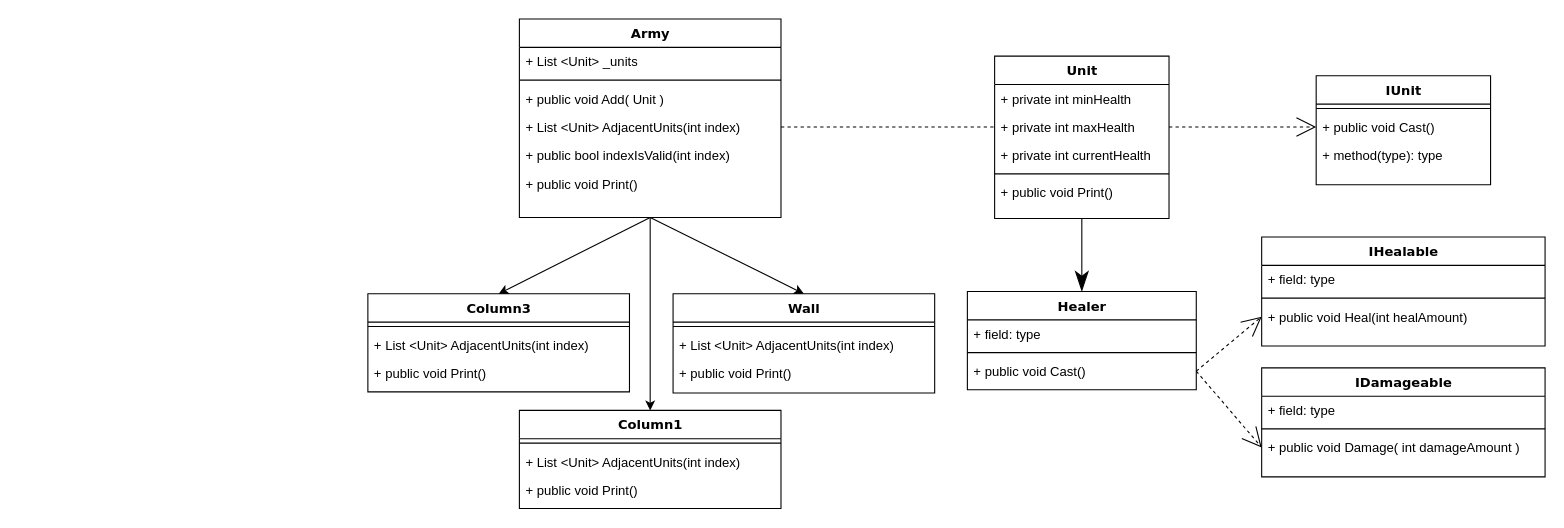
The draw.io diagram page "Структура" (1 of 2) of Untitled Diagram.drawio in alexmukh/AdjacentUnits, before the edit. Source tidied: cells renumbered, new cells numbered last; positions are measured from the earlier drawing's top-left corner, leaving out a move shared by most shapes. Both pictures are drawn from the tidied source at 109%, with x=0, y=0 at pixel (367, 19).
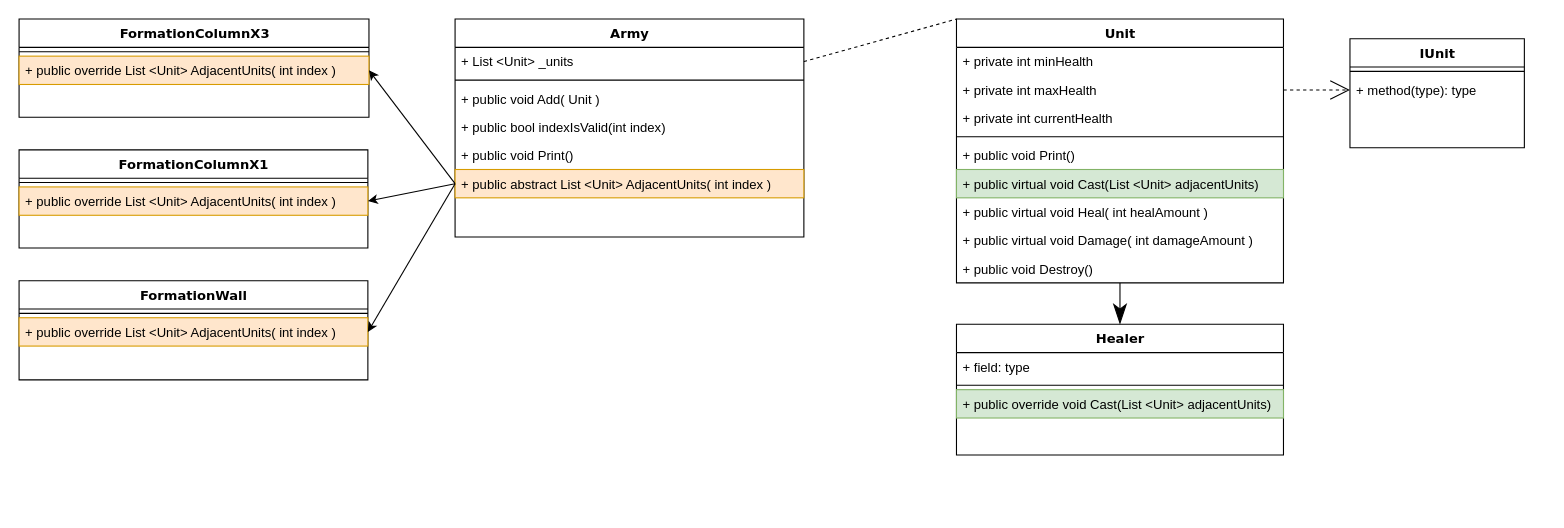
The same diagram, later.

The edit, as a diff of the source:
```diff
@@
     <mxCell id="3" value="Unit" style="swimlane;html=1;fontStyle=1;align=center;verticalAlign=top;horizontal=1;startSize=26;swimlaneFillColor=#ffffff;rounded=0;shadow=0;comic=0;labelBackgroundColor=none;strokeWidth=1;fillColor=none;fontFamily=Verdana;fontSize=12;" parent="1" vertex="1">
-      <mxGeometry x="575" y="34" width="160" height="149" as="geometry" />
+      <mxGeometry x="540" width="300" height="242" as="geometry" />
     </mxCell>
     <mxCell id="4" value="+ private int minHealth" style="text;html=1;strokeColor=none;fillColor=none;align=left;verticalAlign=top;spacingLeft=4;spacingRight=4;whiteSpace=wrap;overflow=hidden;" parent="3" vertex="1">
-      <mxGeometry y="26" width="160" height="26" as="geometry" />
+      <mxGeometry y="26" width="300" height="26" as="geometry" />
     </mxCell>
     <mxCell id="5" value="+ private int maxHealth" style="text;html=1;strokeColor=none;fillColor=none;align=left;verticalAlign=top;spacingLeft=4;spacingRight=4;whiteSpace=wrap;overflow=hidden;points=[[0,0.5],[1,0.5]];portConstraint=eastwest;" parent="3" vertex="1">
-      <mxGeometry y="52" width="160" height="26" as="geometry" />
+      <mxGeometry y="52" width="300" height="26" as="geometry" />
     </mxCell>
     <mxCell id="6" value="+ private int currentHealth" style="text;html=1;strokeColor=none;fillColor=none;align=left;verticalAlign=top;spacingLeft=4;spacingRight=4;whiteSpace=wrap;overflow=hidden;" parent="3" vertex="1">
-      <mxGeometry y="78" width="160" height="26" as="geometry" />
+      <mxGeometry y="78" width="300" height="26" as="geometry" />
     </mxCell>
     <mxCell id="7" style="line;html=1;strokeWidth=1;fillColor=none;align=left;verticalAlign=middle;spacingTop=-1;spacingLeft=3;spacingRight=3;labelPosition=right;" parent="3" vertex="1">
-      <mxGeometry y="104" width="160" height="8" as="geometry" />
+      <mxGeometry y="104" width="300" height="8" as="geometry" />
     </mxCell>
     <mxCell id="8" value="+ public void Print()" style="text;html=1;strokeColor=none;fillColor=none;align=left;verticalAlign=top;spacingLeft=4;spacingRight=4;whiteSpace=wrap;overflow=hidden;" parent="3" vertex="1">
-      <mxGeometry y="112" width="160" height="26" as="geometry" />
+      <mxGeometry y="112" width="300" height="26" as="geometry" />
     </mxCell>
-    <mxCell id="9" style="html=1;labelBackgroundColor=none;startFill=0;startSize=8;endArrow=open;endFill=0;endSize=16;fontFamily=Verdana;fontSize=12;elbow=vertical;dashed=1;exitX=1;exitY=0.5;exitDx=0;exitDy=0;entryX=0;entryY=0.5;entryDx=0;entryDy=0;" parent="1" edge="1" source="21" target="17">
-      <mxGeometry relative="1" as="geometry" />
-    </mxCell>
+    <mxCell id="51" value="+ public virtual void Cast(List &amp;lt;Unit&amp;gt; adjacentUnits)" style="text;html=1;strokeColor=#82b366;fillColor=#d5e8d4;align=left;verticalAlign=top;spacingLeft=4;spacingRight=4;whiteSpace=wrap;overflow=hidden;" parent="3" vertex="1">
+      <mxGeometry y="138" width="300" height="26" as="geometry" />
+    </mxCell>
+    <mxCell id="52" value="+ public virtual void Heal( int healAmount )" style="text;html=1;strokeColor=none;fillColor=none;align=left;verticalAlign=top;spacingLeft=4;spacingRight=4;whiteSpace=wrap;overflow=hidden;" parent="3" vertex="1">
+      <mxGeometry y="164" width="300" height="26" as="geometry" />
+    </mxCell>
+    <mxCell id="53" value="+ public virtual void Damage( int damageAmount )" style="text;html=1;strokeColor=none;fillColor=none;align=left;verticalAlign=top;spacingLeft=4;spacingRight=4;whiteSpace=wrap;overflow=hidden;" parent="3" vertex="1">
+      <mxGeometry y="190" width="300" height="26" as="geometry" />
+    </mxCell>
+    <mxCell id="54" value="+ public void Destroy()" style="text;html=1;strokeColor=none;fillColor=none;align=left;verticalAlign=top;spacingLeft=4;spacingRight=4;whiteSpace=wrap;overflow=hidden;" parent="3" vertex="1">
+      <mxGeometry y="216" width="300" height="26" as="geometry" />
+    </mxCell>
     <mxCell id="10" value="IUnit" style="swimlane;html=1;fontStyle=1;align=center;verticalAlign=top;horizontal=1;startSize=26;swimlaneFillColor=#ffffff;rounded=0;shadow=0;comic=0;labelBackgroundColor=none;strokeWidth=1;fillColor=none;fontFamily=Verdana;fontSize=12;" parent="1" vertex="1">
-      <mxGeometry x="870" y="52" width="160" height="100" as="geometry" />
+      <mxGeometry x="901" y="18" width="160" height="100" as="geometry" />
     </mxCell>
@@
-    <mxCell id="12" value="+ public void Cast()" style="text;html=1;strokeColor=none;fillColor=none;align=left;verticalAlign=top;spacingLeft=4;spacingRight=4;whiteSpace=wrap;overflow=hidden;points=[[0,0.5],[1,0.5]];portConstraint=eastwest;" parent="10" vertex="1">
-      <mxGeometry y="34" width="160" height="26" as="geometry" />
-    </mxCell>
     <mxCell id="13" value="+ method(type): type" style="text;html=1;strokeColor=none;fillColor=none;align=left;verticalAlign=top;spacingLeft=4;spacingRight=4;whiteSpace=wrap;overflow=hidden;" parent="10" vertex="1">
-      <mxGeometry y="60" width="160" height="26" as="geometry" />
+      <mxGeometry y="34" width="160" height="26" as="geometry" />
     </mxCell>
-    <mxCell id="14" value="IHealable" style="swimlane;html=1;fontStyle=1;align=center;verticalAlign=top;horizontal=1;startSize=26;swimlaneFillColor=#ffffff;rounded=0;shadow=0;comic=0;labelBackgroundColor=none;strokeWidth=1;fillColor=none;fontFamily=Verdana;fontSize=12;" parent="1" vertex="1">
-      <mxGeometry x="820" y="200" width="260" height="100" as="geometry" />
-    </mxCell>
-    <mxCell id="15" value="+ field: type" style="text;html=1;strokeColor=none;fillColor=none;align=left;verticalAlign=top;spacingLeft=4;spacingRight=4;whiteSpace=wrap;overflow=hidden;" parent="14" vertex="1">
-      <mxGeometry y="26" width="260" height="26" as="geometry" />
-    </mxCell>
-    <mxCell id="16" style="line;html=1;strokeWidth=1;fillColor=none;align=left;verticalAlign=middle;spacingTop=-1;spacingLeft=3;spacingRight=3;labelPosition=right;" parent="14" vertex="1">
-      <mxGeometry y="52" width="260" height="8" as="geometry" />
-    </mxCell>
-    <mxCell id="17" value="+ public void Heal(int healAmount)" style="text;html=1;strokeColor=none;fillColor=none;align=left;verticalAlign=top;spacingLeft=4;spacingRight=4;whiteSpace=wrap;overflow=hidden;points=[[0,0.5],[1,0.5]];portConstraint=eastwest;" parent="14" vertex="1">
-      <mxGeometry y="60" width="260" height="26" as="geometry" />
-    </mxCell>
     <mxCell id="18" value="Healer" style="swimlane;html=1;fontStyle=1;align=center;verticalAlign=top;horizontal=1;startSize=26;swimlaneFillColor=#ffffff;rounded=0;shadow=0;comic=0;labelBackgroundColor=none;strokeWidth=1;fillColor=none;fontFamily=Verdana;fontSize=12;" parent="1" vertex="1">
-      <mxGeometry x="550" y="250" width="210" height="90" as="geometry" />
+      <mxGeometry x="540" y="280" width="300" height="120" as="geometry" />
     </mxCell>
     <mxCell id="19" value="+ field: type" style="text;html=1;strokeColor=none;fillColor=none;align=left;verticalAlign=top;spacingLeft=4;spacingRight=4;whiteSpace=wrap;overflow=hidden;" parent="18" vertex="1">
-      <mxGeometry y="26" width="210" height="26" as="geometry" />
+      <mxGeometry y="26" width="300" height="26" as="geometry" />
     </mxCell>
     <mxCell id="20" style="line;html=1;strokeWidth=1;fillColor=none;align=left;verticalAlign=middle;spacingTop=-1;spacingLeft=3;spacingRight=3;labelPosition=right;" parent="18" vertex="1">
-      <mxGeometry y="52" width="210" height="8" as="geometry" />
+      <mxGeometry y="52" width="300" height="8" as="geometry" />
     </mxCell>
-    <mxCell id="21" value="+ public void Cast()" style="text;html=1;strokeColor=none;fillColor=none;align=left;verticalAlign=top;spacingLeft=4;spacingRight=4;whiteSpace=wrap;overflow=hidden;points=[[0,0.5],[1,0.5]];portConstraint=eastwest;" parent="18" vertex="1">
-      <mxGeometry y="60" width="210" height="26" as="geometry" />
+    <mxCell id="21" value="+ public override void Cast(List &amp;lt;Unit&amp;gt; adjacentUnits)" style="text;html=1;strokeColor=#82b366;fillColor=#d5e8d4;align=left;verticalAlign=top;spacingLeft=4;spacingRight=4;whiteSpace=wrap;overflow=hidden;points=[[0,0.5],[1,0.5]];portConstraint=eastwest;" parent="18" vertex="1">
+      <mxGeometry y="60" width="300" height="26" as="geometry" />
     </mxCell>
-    <mxCell id="22" style="html=1;labelBackgroundColor=none;startFill=0;startSize=8;endArrow=open;endFill=0;endSize=16;fontFamily=Verdana;fontSize=12;elbow=vertical;dashed=1;exitX=1;exitY=0.5;exitDx=0;exitDy=0;entryX=0;entryY=0.5;entryDx=0;entryDy=0;" parent="1" edge="1" source="5" target="12">
-      <mxGeometry relative="1" as="geometry" />
+    <mxCell id="22" style="html=1;labelBackgroundColor=none;startFill=0;startSize=8;endArrow=open;endFill=0;endSize=16;fontFamily=Verdana;fontSize=12;elbow=vertical;dashed=1;exitX=1;exitY=0.5;exitDx=0;exitDy=0;entryX=0;entryY=0.5;entryDx=0;entryDy=0;" parent="1" edge="1" source="5">
+      <mxGeometry relative="1" as="geometry">
+        <mxPoint x="901" y="65" as="targetPoint" />
+      </mxGeometry>
     </mxCell>
-    <mxCell id="23" value="IDamageable" style="swimlane;html=1;fontStyle=1;align=center;verticalAlign=top;horizontal=1;startSize=26;swimlaneFillColor=#ffffff;rounded=0;shadow=0;comic=0;labelBackgroundColor=none;strokeWidth=1;fillColor=none;fontFamily=Verdana;fontSize=12;" parent="1" vertex="1">
-      <mxGeometry x="820" y="320" width="260" height="100" as="geometry" />
-    </mxCell>
-    <mxCell id="24" value="+ field: type" style="text;html=1;strokeColor=none;fillColor=none;align=left;verticalAlign=top;spacingLeft=4;spacingRight=4;whiteSpace=wrap;overflow=hidden;" parent="23" vertex="1">
-      <mxGeometry y="26" width="260" height="26" as="geometry" />
-    </mxCell>
-    <mxCell id="25" style="line;html=1;strokeWidth=1;fillColor=none;align=left;verticalAlign=middle;spacingTop=-1;spacingLeft=3;spacingRight=3;labelPosition=right;" parent="23" vertex="1">
-      <mxGeometry y="52" width="260" height="8" as="geometry" />
-    </mxCell>
-    <mxCell id="26" value="+ public void Damage( int damageAmount )" style="text;html=1;strokeColor=none;fillColor=none;align=left;verticalAlign=top;spacingLeft=4;spacingRight=4;whiteSpace=wrap;overflow=hidden;points=[[0,0.5],[1,0.5]];portConstraint=eastwest;" parent="23" vertex="1">
-      <mxGeometry y="60" width="260" height="26" as="geometry" />
-    </mxCell>
     <mxCell id="27" value="Army" style="swimlane;html=1;fontStyle=1;align=center;verticalAlign=top;horizontal=1;startSize=26;swimlaneFillColor=#ffffff;rounded=0;shadow=0;comic=0;labelBackgroundColor=none;strokeWidth=1;fillColor=none;fontFamily=Verdana;fontSize=12;" parent="1" vertex="1">
-      <mxGeometry x="139" width="240" height="182" as="geometry" />
+      <mxGeometry x="80" width="320" height="200" as="geometry" />
     </mxCell>
     <mxCell id="28" value="+ List &amp;lt;Unit&amp;gt; _units" style="text;html=1;strokeColor=none;fillColor=none;align=left;verticalAlign=top;spacingLeft=4;spacingRight=4;whiteSpace=wrap;overflow=hidden;points=[[0,0.5],[1,0.5]];portConstraint=eastwest;" parent="27" vertex="1">
-      <mxGeometry y="26" width="240" height="26" as="geometry" />
+      <mxGeometry y="26" width="320" height="26" as="geometry" />
     </mxCell>
     <mxCell id="29" style="line;html=1;strokeWidth=1;fillColor=none;align=left;verticalAlign=middle;spacingTop=-1;spacingLeft=3;spacingRight=3;labelPosition=right;" parent="27" vertex="1">
-      <mxGeometry y="52" width="240" height="8" as="geometry" />
+      <mxGeometry y="52" width="320" height="8" as="geometry" />
     </mxCell>
     <mxCell id="30" value="&lt;div&gt;+ public void Add( Unit )&lt;/div&gt;" style="text;html=1;strokeColor=none;fillColor=none;align=left;verticalAlign=top;spacingLeft=4;spacingRight=4;whiteSpace=wrap;overflow=hidden;" parent="27" vertex="1">
-      <mxGeometry y="60" width="240" height="26" as="geometry" />
+      <mxGeometry y="60" width="320" height="26" as="geometry" />
     </mxCell>
-    <mxCell id="31" value="+ List &amp;lt;Unit&amp;gt; AdjacentUnits(int index)" style="text;html=1;strokeColor=none;fillColor=none;align=left;verticalAlign=top;spacingLeft=4;spacingRight=4;whiteSpace=wrap;overflow=hidden;points=[[0,0.5],[1,0.5]];portConstraint=eastwest;" parent="27" vertex="1">
-      <mxGeometry y="86" width="240" height="26" as="geometry" />
-    </mxCell>
     <mxCell id="32" value="+ public bool indexIsValid(int index)" style="text;html=1;strokeColor=none;fillColor=none;align=left;verticalAlign=top;spacingLeft=4;spacingRight=4;whiteSpace=wrap;overflow=hidden;" parent="27" vertex="1">
-      <mxGeometry y="112" width="240" height="26" as="geometry" />
+      <mxGeometry y="86" width="320" height="26" as="geometry" />
     </mxCell>
     <mxCell id="33" value="+ public void Print()" style="text;html=1;strokeColor=none;fillColor=none;align=left;verticalAlign=top;spacingLeft=4;spacingRight=4;whiteSpace=wrap;overflow=hidden;" parent="27" vertex="1">
-      <mxGeometry y="138" width="240" height="26" as="geometry" />
+      <mxGeometry y="112" width="320" height="26" as="geometry" />
     </mxCell>
-    <mxCell id="34" style="html=1;labelBackgroundColor=none;startFill=0;startSize=8;endArrow=open;endFill=0;endSize=16;fontFamily=Verdana;fontSize=12;elbow=vertical;dashed=1;exitX=1;exitY=0.5;exitDx=0;exitDy=0;entryX=0;entryY=0.5;entryDx=0;entryDy=0;" parent="1" edge="1" source="21" target="26">
-      <mxGeometry relative="1" as="geometry" />
-    </mxCell>
+    <mxCell id="31" value="+ public abstract List &amp;lt;Unit&amp;gt; AdjacentUnits( int index )" style="text;html=1;strokeColor=#d79b00;fillColor=#ffe6cc;align=left;verticalAlign=top;spacingLeft=4;spacingRight=4;whiteSpace=wrap;overflow=hidden;points=[[0,0.5],[1,0.5]];portConstraint=eastwest;" parent="27" vertex="1">
+      <mxGeometry y="138" width="320" height="26" as="geometry" />
+    </mxCell>
-    <mxCell id="35" value="Column1" style="swimlane;html=1;fontStyle=1;align=center;verticalAlign=top;horizontal=1;startSize=26;swimlaneFillColor=#ffffff;rounded=0;shadow=0;comic=0;labelBackgroundColor=none;strokeWidth=1;fillColor=none;fontFamily=Verdana;fontSize=12;" parent="1" vertex="1">
-      <mxGeometry x="139" y="359" width="240" height="90" as="geometry" />
+    <mxCell id="35" value="FormationColumnX1" style="swimlane;html=1;fontStyle=1;align=center;verticalAlign=top;horizontal=1;startSize=26;swimlaneFillColor=#ffffff;rounded=0;shadow=0;comic=0;labelBackgroundColor=none;strokeWidth=1;fillColor=none;fontFamily=Verdana;fontSize=12;" parent="1" vertex="1">
+      <mxGeometry x="-320" y="120" width="320" height="90" as="geometry" />
     </mxCell>
     <mxCell id="36" style="line;html=1;strokeWidth=1;fillColor=none;align=left;verticalAlign=middle;spacingTop=-1;spacingLeft=3;spacingRight=3;labelPosition=right;" parent="35" vertex="1">
-      <mxGeometry y="26" width="240" height="8" as="geometry" />
+      <mxGeometry y="26" width="320" height="8" as="geometry" />
     </mxCell>
-    <mxCell id="37" value="+ List &amp;lt;Unit&amp;gt; AdjacentUnits(int index)" style="text;html=1;strokeColor=none;fillColor=none;align=left;verticalAlign=top;spacingLeft=4;spacingRight=4;whiteSpace=wrap;overflow=hidden;points=[[0,0.5],[1,0.5]];portConstraint=eastwest;" parent="35" vertex="1">
-      <mxGeometry y="34" width="240" height="26" as="geometry" />
+    <mxCell id="37" value="+ public override List &amp;lt;Unit&amp;gt; AdjacentUnits( int index )" style="text;html=1;strokeColor=#d79b00;fillColor=#ffe6cc;align=left;verticalAlign=top;spacingLeft=4;spacingRight=4;whiteSpace=wrap;overflow=hidden;points=[[0,0.5],[1,0.5]];portConstraint=eastwest;" parent="35" vertex="1">
+      <mxGeometry y="34" width="320" height="26" as="geometry" />
     </mxCell>
-    <mxCell id="38" value="+ public void Print()" style="text;html=1;strokeColor=none;fillColor=none;align=left;verticalAlign=top;spacingLeft=4;spacingRight=4;whiteSpace=wrap;overflow=hidden;" parent="35" vertex="1">
-      <mxGeometry y="60" width="240" height="26" as="geometry" />
-    </mxCell>
-    <mxCell id="39" value="Wall" style="swimlane;html=1;fontStyle=1;align=center;verticalAlign=top;horizontal=1;startSize=26;swimlaneFillColor=#ffffff;rounded=0;shadow=0;comic=0;labelBackgroundColor=none;strokeWidth=1;fillColor=none;fontFamily=Verdana;fontSize=12;" parent="1" vertex="1">
-      <mxGeometry x="280" y="252" width="240" height="91" as="geometry" />
+    <mxCell id="39" value="FormationWall" style="swimlane;html=1;fontStyle=1;align=center;verticalAlign=top;horizontal=1;startSize=26;swimlaneFillColor=#ffffff;rounded=0;shadow=0;comic=0;labelBackgroundColor=none;strokeWidth=1;fillColor=none;fontFamily=Verdana;fontSize=12;" parent="1" vertex="1">
+      <mxGeometry x="-320" y="240" width="320" height="91" as="geometry" />
     </mxCell>
     <mxCell id="40" style="line;html=1;strokeWidth=1;fillColor=none;align=left;verticalAlign=middle;spacingTop=-1;spacingLeft=3;spacingRight=3;labelPosition=right;" parent="39" vertex="1">
-      <mxGeometry y="26" width="240" height="8" as="geometry" />
+      <mxGeometry y="26" width="320" height="8" as="geometry" />
     </mxCell>
-    <mxCell id="41" value="+ List &amp;lt;Unit&amp;gt; AdjacentUnits(int index)" style="text;html=1;strokeColor=none;fillColor=none;align=left;verticalAlign=top;spacingLeft=4;spacingRight=4;whiteSpace=wrap;overflow=hidden;points=[[0,0.5],[1,0.5]];portConstraint=eastwest;" parent="39" vertex="1">
-      <mxGeometry y="34" width="240" height="26" as="geometry" />
+    <mxCell id="41" value="+ public override List &amp;lt;Unit&amp;gt; AdjacentUnits( int index )" style="text;html=1;strokeColor=#d79b00;fillColor=#ffe6cc;align=left;verticalAlign=top;spacingLeft=4;spacingRight=4;whiteSpace=wrap;overflow=hidden;points=[[0,0.5],[1,0.5]];portConstraint=eastwest;" parent="39" vertex="1">
+      <mxGeometry y="34" width="320" height="26" as="geometry" />
     </mxCell>
-    <mxCell id="42" value="+ public void Print()" style="text;html=1;strokeColor=none;fillColor=none;align=left;verticalAlign=top;spacingLeft=4;spacingRight=4;whiteSpace=wrap;overflow=hidden;" parent="39" vertex="1">
-      <mxGeometry y="60" width="240" height="30" as="geometry" />
-    </mxCell>
-    <mxCell id="43" value="Column3" style="swimlane;html=1;fontStyle=1;align=center;verticalAlign=top;horizontal=1;startSize=26;swimlaneFillColor=#ffffff;rounded=0;shadow=0;comic=0;labelBackgroundColor=none;strokeWidth=1;fillColor=none;fontFamily=Verdana;fontSize=12;" parent="1" vertex="1">
-      <mxGeometry y="252" width="240" height="90" as="geometry" />
+    <mxCell id="43" value="FormationColumnX3" style="swimlane;html=1;fontStyle=1;align=center;verticalAlign=top;horizontal=1;startSize=26;swimlaneFillColor=#ffffff;rounded=0;shadow=0;comic=0;labelBackgroundColor=none;strokeWidth=1;fillColor=none;fontFamily=Verdana;fontSize=12;" parent="1" vertex="1">
+      <mxGeometry x="-320" width="321" height="90" as="geometry" />
     </mxCell>
     <mxCell id="44" style="line;html=1;strokeWidth=1;fillColor=none;align=left;verticalAlign=middle;spacingTop=-1;spacingLeft=3;spacingRight=3;labelPosition=right;" parent="43" vertex="1">
-      <mxGeometry y="26" width="240" height="8" as="geometry" />
+      <mxGeometry y="26" width="321" height="8" as="geometry" />
     </mxCell>
-    <mxCell id="45" value="+ List &amp;lt;Unit&amp;gt; AdjacentUnits(int index)" style="text;html=1;strokeColor=none;fillColor=none;align=left;verticalAlign=top;spacingLeft=4;spacingRight=4;whiteSpace=wrap;overflow=hidden;points=[[0,0.5],[1,0.5]];portConstraint=eastwest;" parent="43" vertex="1">
-      <mxGeometry y="34" width="240" height="26" as="geometry" />
+    <mxCell id="45" value="+ public override List &amp;lt;Unit&amp;gt; AdjacentUnits( int index )" style="text;html=1;strokeColor=#d79b00;fillColor=#ffe6cc;align=left;verticalAlign=top;spacingLeft=4;spacingRight=4;whiteSpace=wrap;overflow=hidden;points=[[0,0.5],[1,0.5]];portConstraint=eastwest;" parent="43" vertex="1">
+      <mxGeometry y="34" width="321" height="26" as="geometry" />
     </mxCell>
-    <mxCell id="46" value="+ public void Print()" style="text;html=1;strokeColor=none;fillColor=none;align=left;verticalAlign=top;spacingLeft=4;spacingRight=4;whiteSpace=wrap;overflow=hidden;" parent="43" vertex="1">
-      <mxGeometry y="60" width="240" height="26" as="geometry" />
-    </mxCell>
-    <mxCell id="47" style="endArrow=classic;html=1;rounded=0;entryX=0.5;entryY=0;entryDx=0;entryDy=0;exitX=0.5;exitY=1;exitDx=0;exitDy=0;" parent="1" edge="1" source="27" target="35">
+    <mxCell id="47" style="endArrow=classic;html=1;rounded=0;exitX=0;exitY=0.5;exitDx=0;exitDy=0;entryX=1;entryY=0.5;entryDx=0;entryDy=0;" parent="1" edge="1" source="31" target="37">
       <mxGeometry relative="1" as="geometry" />
     </mxCell>
-    <mxCell id="48" style="endArrow=classic;html=1;rounded=0;entryX=0.5;entryY=0;entryDx=0;entryDy=0;exitX=0.5;exitY=1;exitDx=0;exitDy=0;" parent="1" edge="1" source="27" target="43">
+    <mxCell id="48" style="endArrow=classic;html=1;rounded=0;exitX=0;exitY=0.5;exitDx=0;exitDy=0;entryX=1;entryY=0.5;entryDx=0;entryDy=0;" parent="1" edge="1" source="31" target="45">
       <mxGeometry relative="1" as="geometry" />
     </mxCell>
-    <mxCell id="49" style="endArrow=classic;html=1;rounded=0;exitX=0.5;exitY=1;exitDx=0;exitDy=0;entryX=0.5;entryY=0;entryDx=0;entryDy=0;" parent="1" edge="1" source="27" target="39">
+    <mxCell id="49" style="endArrow=classic;html=1;rounded=0;exitX=0;exitY=0.5;exitDx=0;exitDy=0;entryX=1;entryY=0.5;entryDx=0;entryDy=0;" parent="1" edge="1" source="31" target="41">
       <mxGeometry relative="1" as="geometry" />
     </mxCell>
-    <mxCell id="50" style="endArrow=none;dashed=1;html=1;rounded=0;exitX=1;exitY=0.5;exitDx=0;exitDy=0;entryX=0;entryY=0.5;entryDx=0;entryDy=0;" parent="1" edge="1" source="31" target="5">
+    <mxCell id="50" style="endArrow=none;dashed=1;html=1;rounded=0;exitX=1;exitY=0.5;exitDx=0;exitDy=0;entryX=0;entryY=0;entryDx=0;entryDy=0;" parent="1" edge="1" source="28" target="3">
       <mxGeometry relative="1" as="geometry" />
     </mxCell>
```
